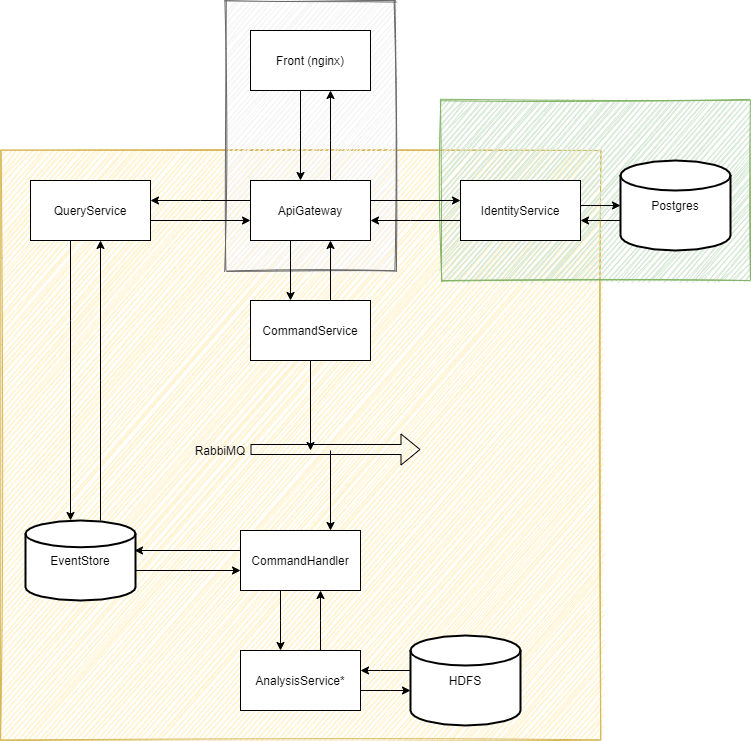
Above: docs/images/architecture-scheme.png in therrlupardo/rsww-plagiarism-detector (draw.io), before the change. Source tidied: cells renumbered, new cells last; positions are measured from the earlier drawing's top-left corner, leaving out a move shared by most shapes.
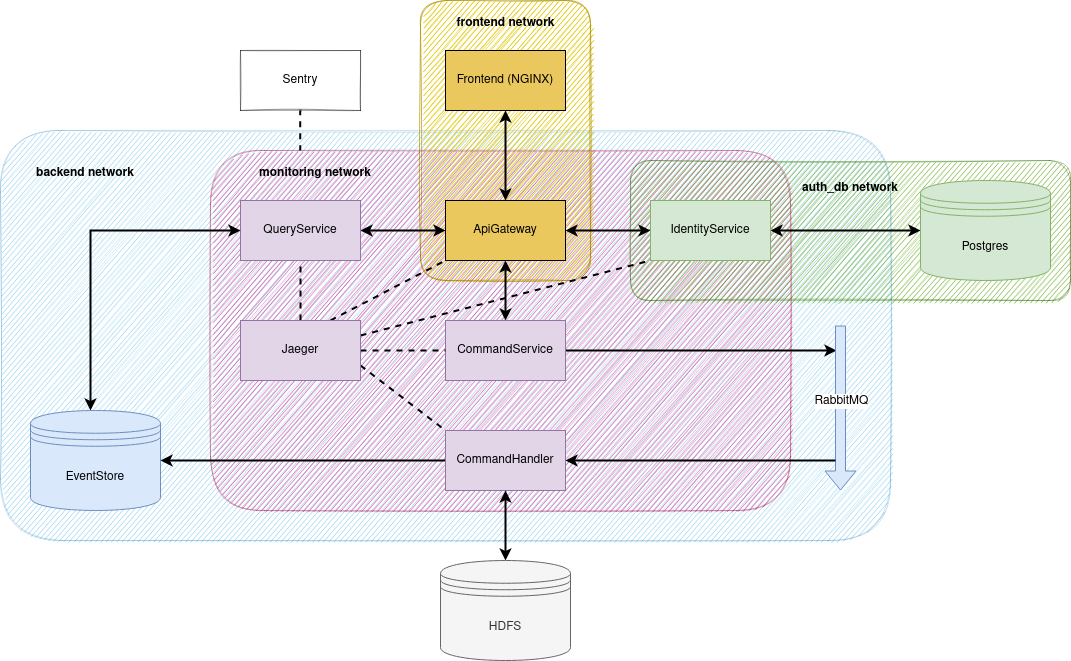
Above is the later version.

Commit message:
Updated system schema (#54)

* Updated system schema

* Added jaeger and sentry to schema

* [README_UPDATE] refactor architecture scheme

What changed in the source:
```diff
@@ -2,207 +2,167 @@
   <root>
     <mxCell id="0" />
     <mxCell id="1" parent="0" />
-    <mxCell id="2" style="rounded=0;whiteSpace=wrap;html=1;fillColor=#fff2cc;strokeColor=#d6b656;sketch=1;" parent="1" vertex="1">
-      <mxGeometry y="150" width="600" height="590" as="geometry" />
-    </mxCell>
-    <mxCell id="3" style="rounded=0;whiteSpace=wrap;html=1;fillColor=#d5e8d4;strokeColor=#82b366;shadow=0;glass=0;sketch=1;" parent="1" vertex="1">
-      <mxGeometry x="440" y="100" width="310" height="180" as="geometry" />
-    </mxCell>
-    <mxCell id="4" style="rounded=0;whiteSpace=wrap;html=1;fillColor=#f5f5f5;strokeColor=#666666;fontColor=#333333;sketch=1;" parent="1" vertex="1">
-      <mxGeometry x="225" width="170" height="270" as="geometry" />
-    </mxCell>
-    <mxCell id="5" style="edgeStyle=orthogonalEdgeStyle;rounded=0;jettySize=auto;html=1;" parent="1" edge="1" source="9" target="11">
-      <mxGeometry relative="1" as="geometry">
-        <Array as="points">
-          <mxPoint x="330" y="140" />
-          <mxPoint x="330" y="140" />
-        </Array>
-      </mxGeometry>
-    </mxCell>
-    <mxCell id="6" style="edgeStyle=orthogonalEdgeStyle;rounded=0;jettySize=auto;html=1;" parent="1" edge="1" source="9" target="14">
-      <mxGeometry relative="1" as="geometry">
-        <Array as="points">
-          <mxPoint x="200" y="200" />
-          <mxPoint x="200" y="200" />
-        </Array>
-      </mxGeometry>
-    </mxCell>
+    <mxCell id="37" style="rounded=1;whiteSpace=wrap;html=1;fillColor=#1ba1e2;strokeColor=#006EAF;opacity=20;sketch=1;shadow=0;glass=0;fontColor=#ffffff;" parent="1" vertex="1">
+      <mxGeometry x="-230" y="140" width="890" height="410" as="geometry" />
+    </mxCell>
+    <mxCell id="38" style="rounded=1;whiteSpace=wrap;html=1;fillColor=#e3c800;strokeColor=#B09500;opacity=70;sketch=1;shadow=0;glass=0;fontColor=#000000;" parent="1" vertex="1">
+      <mxGeometry x="190" y="10" width="170" height="280" as="geometry" />
+    </mxCell>
+    <mxCell id="39" style="rounded=1;whiteSpace=wrap;html=1;fillColor=#d80073;strokeColor=#A50040;opacity=30;sketch=1;shadow=0;glass=0;fontColor=#ffffff;" parent="1" vertex="1">
+      <mxGeometry x="-20" y="160" width="580" height="360" as="geometry" />
+    </mxCell>
+    <mxCell id="40" style="rounded=1;whiteSpace=wrap;html=1;fillColor=#60a917;strokeColor=#2D7600;opacity=40;sketch=1;shadow=0;glass=0;fontColor=#ffffff;" parent="1" vertex="1">
+      <mxGeometry x="400" y="170" width="440" height="140" as="geometry" />
+    </mxCell>
+    <mxCell id="41" style="edgeStyle=orthogonalEdgeStyle;rounded=0;jettySize=auto;html=1;entryX=0.5;entryY=0;entryDx=0;entryDy=0;strokeColor=#000000;strokeWidth=2;startArrow=classic;startFill=1;" parent="1" edge="1" source="42" target="9">
+      <mxGeometry relative="1" as="geometry" />
+    </mxCell>
+    <mxCell id="42" value="Frontend (NGINX)" style="rounded=0;whiteSpace=wrap;html=1;fillColor=#EBC85E;" parent="1" vertex="1">
+      <mxGeometry x="215" y="60" width="120" height="60" as="geometry" />
+    </mxCell>
-    <mxCell id="7" style="edgeStyle=orthogonalEdgeStyle;rounded=0;jettySize=auto;html=1;" parent="1" edge="1" source="9" target="29">
+    <mxCell id="7" style="edgeStyle=orthogonalEdgeStyle;rounded=0;jettySize=auto;html=1;strokeColor=#000000;strokeWidth=2;startArrow=classic;startFill=1;" parent="1" edge="1" source="9" target="29">
       <mxGeometry relative="1" as="geometry">
         <Array as="points">
-          <mxPoint x="290" y="260" />
-          <mxPoint x="290" y="260" />
+          <mxPoint x="275" y="270" />
+          <mxPoint x="275" y="270" />
         </Array>
       </mxGeometry>
     </mxCell>
-    <mxCell id="8" style="edgeStyle=orthogonalEdgeStyle;rounded=0;jettySize=auto;html=1;" parent="1" edge="1" source="9" target="34">
+    <mxCell id="8" style="edgeStyle=orthogonalEdgeStyle;rounded=0;jettySize=auto;html=1;strokeColor=#000000;strokeWidth=2;startArrow=classic;startFill=1;" parent="1" edge="1" source="9" target="34">
       <mxGeometry relative="1" as="geometry">
         <Array as="points">
-          <mxPoint x="420" y="200" />
-          <mxPoint x="420" y="200" />
+          <mxPoint x="380" y="240" />
+          <mxPoint x="380" y="240" />
         </Array>
       </mxGeometry>
     </mxCell>
-    <mxCell id="9" value="ApiGateway" style="rounded=0;whiteSpace=wrap;html=1;" parent="1" vertex="1">
-      <mxGeometry x="250" y="180" width="120" height="60" as="geometry" />
+    <mxCell id="9" value="ApiGateway" style="rounded=0;whiteSpace=wrap;html=1;fillColor=#EBC85E;" parent="1" vertex="1">
+      <mxGeometry x="215" y="210" width="120" height="60" as="geometry" />
     </mxCell>
-    <mxCell id="10" style="edgeStyle=orthogonalEdgeStyle;rounded=0;jettySize=auto;html=1;" parent="1" edge="1" source="11" target="9">
-      <mxGeometry relative="1" as="geometry">
-        <Array as="points">
-          <mxPoint x="300" y="130" />
-          <mxPoint x="300" y="130" />
-        </Array>
-      </mxGeometry>
-    </mxCell>
-    <mxCell id="11" value="Front (nginx)" style="rounded=0;whiteSpace=wrap;html=1;" parent="1" vertex="1">
-      <mxGeometry x="250" y="30" width="120" height="60" as="geometry" />
-    </mxCell>
+    <mxCell id="33" style="edgeStyle=orthogonalEdgeStyle;rounded=0;jettySize=auto;html=1;strokeColor=#000000;strokeWidth=2;startArrow=classic;startFill=1;" parent="1" edge="1" source="34" target="36">
+      <mxGeometry relative="1" as="geometry">
+        <Array as="points">
+          <mxPoint x="600" y="240" />
+          <mxPoint x="600" y="240" />
+        </Array>
+      </mxGeometry>
+    </mxCell>
+    <mxCell id="34" value="IdentityService" style="rounded=0;whiteSpace=wrap;html=1;fillColor=#d5e8d4;strokeColor=#82b366;" parent="1" vertex="1">
+      <mxGeometry x="420" y="210" width="120" height="60" as="geometry" />
+    </mxCell>
-    <mxCell id="12" style="edgeStyle=orthogonalEdgeStyle;rounded=0;jettySize=auto;html=1;" parent="1" edge="1" source="14" target="9">
+    <mxCell id="12" style="edgeStyle=orthogonalEdgeStyle;rounded=0;jettySize=auto;html=1;strokeColor=#000000;strokeWidth=2;startArrow=classic;startFill=1;" parent="1" edge="1" source="14" target="9">
       <mxGeometry relative="1" as="geometry">
         <Array as="points">
-          <mxPoint x="200" y="220" />
-          <mxPoint x="200" y="220" />
+          <mxPoint x="180" y="240" />
+          <mxPoint x="180" y="240" />
         </Array>
       </mxGeometry>
     </mxCell>
-    <mxCell id="13" style="edgeStyle=orthogonalEdgeStyle;rounded=0;jettySize=auto;html=1;" parent="1" edge="1" source="14" target="26">
-      <mxGeometry relative="1" as="geometry">
-        <Array as="points">
-          <mxPoint x="70" y="320" />
-          <mxPoint x="70" y="320" />
-        </Array>
-      </mxGeometry>
-    </mxCell>
-    <mxCell id="14" value="QueryService" style="rounded=0;whiteSpace=wrap;html=1;" parent="1" vertex="1">
-      <mxGeometry x="30" y="180" width="120" height="60" as="geometry" />
+    <mxCell id="14" value="QueryService" style="rounded=0;whiteSpace=wrap;html=1;fillColor=#e1d5e7;strokeColor=#9673a6;" parent="1" vertex="1">
+      <mxGeometry x="10" y="210" width="120" height="60" as="geometry" />
     </mxCell>
-    <mxCell id="15" style="edgeStyle=orthogonalEdgeStyle;rounded=0;jettySize=auto;html=1;entryX=0.991;entryY=0.375;entryDx=0;entryDy=0;entryPerimeter=0;" parent="1" edge="1" source="17" target="26">
+    <mxCell id="15" style="edgeStyle=orthogonalEdgeStyle;rounded=0;jettySize=auto;html=1;strokeColor=#000000;strokeWidth=2;" parent="1" edge="1" source="17" target="26">
       <mxGeometry relative="1" as="geometry">
         <Array as="points">
-          <mxPoint x="210" y="550" />
-          <mxPoint x="210" y="550" />
+          <mxPoint x="140" y="470" />
+          <mxPoint x="140" y="470" />
         </Array>
       </mxGeometry>
     </mxCell>
-    <mxCell id="16" style="edgeStyle=orthogonalEdgeStyle;rounded=0;jettySize=auto;html=1;" parent="1" edge="1" source="17" target="23">
-      <mxGeometry relative="1" as="geometry">
-        <Array as="points">
-          <mxPoint x="280" y="620" />
-          <mxPoint x="280" y="620" />
-        </Array>
-      </mxGeometry>
-    </mxCell>
-    <mxCell id="17" value="CommandHandler" style="rounded=0;whiteSpace=wrap;html=1;" parent="1" vertex="1">
-      <mxGeometry x="240" y="530" width="120" height="60" as="geometry" />
+    <mxCell id="17" value="CommandHandler" style="rounded=0;whiteSpace=wrap;html=1;fillColor=#e1d5e7;strokeColor=#9673a6;" parent="1" vertex="1">
+      <mxGeometry x="215" y="440" width="120" height="60" as="geometry" />
     </mxCell>
-    <mxCell id="18" style="shape=flexArrow;endArrow=classic;html=1;" parent="1" edge="1">
-      <mxGeometry relative="1" as="geometry">
-        <mxPoint x="250" y="449" as="sourcePoint" />
-        <mxPoint x="420" y="449" as="targetPoint" />
-      </mxGeometry>
-    </mxCell>
-    <mxCell id="19" value="RabbiMQ" style="text;html=1;strokeColor=none;fillColor=none;align=center;verticalAlign=middle;whiteSpace=wrap;rounded=0;" parent="1" vertex="1">
-      <mxGeometry x="200" y="440" width="40" height="20" as="geometry" />
-    </mxCell>
-    <mxCell id="20" style="endArrow=classic;html=1;entryX=0.75;entryY=0;entryDx=0;entryDy=0;" parent="1" edge="1" target="17">
-      <mxGeometry relative="1" as="geometry">
-        <mxPoint x="330" y="450" as="sourcePoint" />
-      </mxGeometry>
-    </mxCell>
-    <mxCell id="21" style="edgeStyle=orthogonalEdgeStyle;rounded=0;jettySize=auto;html=1;" parent="1" edge="1" source="23" target="17">
-      <mxGeometry relative="1" as="geometry">
-        <Array as="points">
-          <mxPoint x="320" y="620" />
-          <mxPoint x="320" y="620" />
-        </Array>
-      </mxGeometry>
-    </mxCell>
-    <mxCell id="22" style="edgeStyle=orthogonalEdgeStyle;rounded=0;jettySize=auto;html=1;" parent="1" edge="1" source="23" target="31">
-      <mxGeometry relative="1" as="geometry">
-        <Array as="points">
-          <mxPoint x="390" y="690" />
-          <mxPoint x="390" y="690" />
-        </Array>
-      </mxGeometry>
-    </mxCell>
-    <mxCell id="23" value="AnalysisService*" style="rounded=0;whiteSpace=wrap;html=1;" parent="1" vertex="1">
-      <mxGeometry x="240" y="650" width="120" height="60" as="geometry" />
-    </mxCell>
-    <mxCell id="24" style="edgeStyle=orthogonalEdgeStyle;rounded=0;jettySize=auto;html=1;" parent="1" edge="1" source="26" target="17">
-      <mxGeometry relative="1" as="geometry">
-        <Array as="points">
-          <mxPoint x="190" y="570" />
-          <mxPoint x="190" y="570" />
-        </Array>
-      </mxGeometry>
-    </mxCell>
+    <mxCell id="43" style="edgeStyle=orthogonalEdgeStyle;rounded=0;orthogonalLoop=1;jettySize=auto;html=1;strokeColor=#000000;strokeWidth=2;" parent="1" edge="1">
+      <mxGeometry relative="1" as="geometry">
+        <mxPoint x="331" y="360" as="sourcePoint" />
+        <mxPoint x="606" y="360" as="targetPoint" />
+      </mxGeometry>
+    </mxCell>
+    <mxCell id="29" value="CommandService" style="rounded=0;whiteSpace=wrap;html=1;fillColor=#e1d5e7;strokeColor=#9673a6;" parent="1" vertex="1">
+      <mxGeometry x="215" y="330" width="120" height="60" as="geometry" />
+    </mxCell>
-    <mxCell id="25" style="edgeStyle=orthogonalEdgeStyle;rounded=0;jettySize=auto;html=1;" parent="1" edge="1" source="26" target="14">
+    <mxCell id="25" style="edgeStyle=orthogonalEdgeStyle;rounded=0;jettySize=auto;html=1;strokeColor=#000000;strokeWidth=2;startArrow=classic;startFill=1;entryX=0;entryY=0.5;entryDx=0;entryDy=0;" parent="1" edge="1" source="26" target="14">
       <mxGeometry relative="1" as="geometry">
         <Array as="points">
-          <mxPoint x="100" y="380" />
-          <mxPoint x="100" y="380" />
+          <mxPoint x="-140" y="240" />
         </Array>
       </mxGeometry>
     </mxCell>
-    <mxCell id="26" value="EventStore" style="strokeWidth=2;html=1;shape=mxgraph.flowchart.database;whiteSpace=wrap;" parent="1" vertex="1">
-      <mxGeometry x="25" y="520" width="110" height="80" as="geometry" />
+    <mxCell id="26" value="EventStore" style="shape=datastore;whiteSpace=wrap;html=1;fillColor=#dae8fc;strokeColor=#6c8ebf;" parent="1" vertex="1">
+      <mxGeometry x="-200" y="420" width="130" height="100" as="geometry" />
     </mxCell>
-    <mxCell id="27" style="edgeStyle=orthogonalEdgeStyle;rounded=0;jettySize=auto;html=1;" parent="1" edge="1" source="29" target="9">
-      <mxGeometry relative="1" as="geometry">
-        <Array as="points">
-          <mxPoint x="330" y="270" />
-          <mxPoint x="330" y="270" />
-        </Array>
-      </mxGeometry>
-    </mxCell>
-    <mxCell id="28" style="edgeStyle=orthogonalEdgeStyle;rounded=0;jettySize=auto;html=1;" parent="1" edge="1" source="29">
-      <mxGeometry relative="1" as="geometry">
-        <mxPoint x="310" y="450" as="targetPoint" />
-      </mxGeometry>
-    </mxCell>
-    <mxCell id="29" value="CommandService" style="rounded=0;whiteSpace=wrap;html=1;" parent="1" vertex="1">
-      <mxGeometry x="250" y="300" width="120" height="60" as="geometry" />
-    </mxCell>
-    <mxCell id="30" style="edgeStyle=orthogonalEdgeStyle;rounded=0;jettySize=auto;html=1;" parent="1" edge="1" source="31" target="23">
-      <mxGeometry relative="1" as="geometry">
-        <Array as="points">
-          <mxPoint x="380" y="670" />
-          <mxPoint x="380" y="670" />
-        </Array>
-      </mxGeometry>
-    </mxCell>
+    <mxCell id="44" style="edgeStyle=orthogonalEdgeStyle;rounded=0;jettySize=auto;html=1;strokeColor=#000000;strokeWidth=2;startArrow=classic;startFill=1;" parent="1" edge="1" source="31" target="17">
+      <mxGeometry relative="1" as="geometry">
+        <Array as="points">
+          <mxPoint x="275" y="560" />
+          <mxPoint x="275" y="560" />
+        </Array>
+      </mxGeometry>
+    </mxCell>
-    <mxCell id="31" value="HDFS" style="strokeWidth=2;html=1;shape=mxgraph.flowchart.database;whiteSpace=wrap;" parent="1" vertex="1">
-      <mxGeometry x="410" y="635" width="110" height="90" as="geometry" />
+    <mxCell id="31" value="HDFS" style="shape=datastore;whiteSpace=wrap;html=1;fillColor=#f5f5f5;strokeColor=#666666;fontColor=#333333;" parent="1" vertex="1">
+      <mxGeometry x="210" y="570" width="130" height="100" as="geometry" />
     </mxCell>
-    <mxCell id="32" style="edgeStyle=orthogonalEdgeStyle;rounded=0;jettySize=auto;html=1;" parent="1" edge="1" source="34" target="9">
-      <mxGeometry relative="1" as="geometry">
-        <Array as="points">
-          <mxPoint x="410" y="220" />
-          <mxPoint x="410" y="220" />
-        </Array>
-      </mxGeometry>
-    </mxCell>
-    <mxCell id="33" style="edgeStyle=orthogonalEdgeStyle;rounded=0;jettySize=auto;html=1;" parent="1" edge="1" source="34" target="36">
-      <mxGeometry relative="1" as="geometry">
-        <Array as="points">
-          <mxPoint x="590" y="205" />
-          <mxPoint x="590" y="205" />
-        </Array>
-      </mxGeometry>
-    </mxCell>
-    <mxCell id="34" value="IdentityService" style="rounded=0;whiteSpace=wrap;html=1;" parent="1" vertex="1">
-      <mxGeometry x="460" y="180" width="120" height="60" as="geometry" />
-    </mxCell>
-    <mxCell id="35" style="edgeStyle=orthogonalEdgeStyle;rounded=0;jettySize=auto;html=1;" parent="1" edge="1" source="36" target="34">
-      <mxGeometry relative="1" as="geometry">
-        <Array as="points">
-          <mxPoint x="600" y="220" />
-          <mxPoint x="600" y="220" />
-        </Array>
-      </mxGeometry>
-    </mxCell>
-    <mxCell id="36" value="Postgres" style="strokeWidth=2;html=1;shape=mxgraph.flowchart.database;whiteSpace=wrap;" parent="1" vertex="1">
-      <mxGeometry x="620" y="160" width="110" height="90" as="geometry" />
+    <mxCell id="36" value="Postgres" style="shape=datastore;whiteSpace=wrap;html=1;fillColor=#d5e8d4;strokeColor=#82b366;" parent="1" vertex="1">
+      <mxGeometry x="690" y="190" width="130" height="100" as="geometry" />
     </mxCell>
+    <mxCell id="45" style="shape=flexArrow;endArrow=none;html=1;startArrow=block;endFill=0;fillColor=#dae8fc;strokeColor=#6c8ebf;" parent="1" edge="1">
+      <mxGeometry relative="1" as="geometry">
+        <mxPoint x="610" y="500" as="sourcePoint" />
+        <mxPoint x="610" y="335" as="targetPoint" />
+      </mxGeometry>
+    </mxCell>
+    <mxCell id="46" value="RabbitMQ" style="edgeLabel;html=1;align=center;verticalAlign=middle;fontSize=12;labelBackgroundColor=#ffffff;" parent="45" vertex="1">
+      <mxGeometry x="0.19" y="-1" relative="1" as="geometry">
+        <mxPoint x="-1" y="8" as="offset" />
+      </mxGeometry>
+    </mxCell>
+    <mxCell id="47" style="endArrow=classic;html=1;strokeColor=#000000;strokeWidth=2;startSize=7;" parent="1" edge="1">
+      <mxGeometry relative="1" as="geometry">
+        <mxPoint x="605" y="470" as="sourcePoint" />
+        <mxPoint x="335" y="470" as="targetPoint" />
+      </mxGeometry>
+    </mxCell>
+    <mxCell id="48" style="edgeStyle=orthogonalEdgeStyle;rounded=0;jettySize=auto;html=1;entryX=0.5;entryY=1;entryDx=0;entryDy=0;dashed=1;startArrow=none;startFill=0;endArrow=none;endFill=0;strokeColor=#000000;strokeWidth=2;" parent="1" edge="1" source="53" target="14">
+      <mxGeometry relative="1" as="geometry" />
+    </mxCell>
+    <mxCell id="49" style="edgeStyle=orthogonalEdgeStyle;rounded=0;jettySize=auto;html=1;dashed=1;startArrow=none;startFill=0;endArrow=none;endFill=0;strokeColor=#000000;strokeWidth=2;" parent="1" edge="1" source="53" target="29">
+      <mxGeometry relative="1" as="geometry" />
+    </mxCell>
+    <mxCell id="50" style="rounded=0;jettySize=auto;html=1;entryX=0;entryY=1;entryDx=0;entryDy=0;dashed=1;startArrow=none;startFill=0;endArrow=none;endFill=0;strokeColor=#000000;strokeWidth=2;exitX=0.75;exitY=0;exitDx=0;exitDy=0;" parent="1" edge="1" source="53" target="9">
+      <mxGeometry relative="1" as="geometry" />
+    </mxCell>
+    <mxCell id="51" style="edgeStyle=none;rounded=0;jettySize=auto;html=1;dashed=1;startArrow=none;startFill=0;endArrow=none;endFill=0;strokeColor=#000000;strokeWidth=2;exitX=1;exitY=0.25;exitDx=0;exitDy=0;entryX=0;entryY=1;entryDx=0;entryDy=0;" parent="1" edge="1" source="53" target="34">
+      <mxGeometry relative="1" as="geometry" />
+    </mxCell>
+    <mxCell id="52" style="edgeStyle=none;rounded=0;jettySize=auto;html=1;dashed=1;startArrow=none;startFill=0;endArrow=none;endFill=0;strokeColor=#000000;strokeWidth=2;entryX=0;entryY=0;entryDx=0;entryDy=0;exitX=1;exitY=0.75;exitDx=0;exitDy=0;" parent="1" edge="1" source="53" target="17">
+      <mxGeometry relative="1" as="geometry" />
+    </mxCell>
+    <mxCell id="53" value="Jaeger" style="rounded=0;whiteSpace=wrap;html=1;shadow=0;glass=0;sketch=0;fillColor=#e1d5e7;strokeColor=#9673a6;" parent="1" vertex="1">
+      <mxGeometry x="10" y="330" width="120" height="60" as="geometry" />
+    </mxCell>
+    <mxCell id="54" style="edgeStyle=orthogonalEdgeStyle;rounded=0;orthogonalLoop=1;jettySize=auto;html=1;dashed=1;startArrow=none;endArrow=none;endFill=0;strokeColor=#000000;strokeWidth=2;startFill=0;entryX=0.153;entryY=0;entryDx=0;entryDy=0;entryPerimeter=0;" parent="1" edge="1">
+      <mxGeometry relative="1" as="geometry">
+        <mxPoint x="71" y="120" as="sourcePoint" />
+        <mxPoint x="69.7" y="160" as="targetPoint" />
+        <Array as="points">
+          <mxPoint x="70" y="120" />
+        </Array>
+      </mxGeometry>
+    </mxCell>
+    <mxCell id="55" value="Sentry" style="rounded=0;whiteSpace=wrap;html=1;shadow=0;glass=0;sketch=1;opacity=40;" parent="1" vertex="1">
+      <mxGeometry x="10" y="60" width="120" height="60" as="geometry" />
+    </mxCell>
+    <mxCell id="56" value="&lt;p style=&quot;line-height: 110%&quot;&gt;&lt;font style=&quot;font-size: 12px&quot;&gt;&lt;b&gt;backend network&lt;/b&gt;&lt;br&gt;&lt;/font&gt;&lt;/p&gt;" style="text;html=1;strokeColor=none;fillColor=none;align=center;verticalAlign=middle;whiteSpace=wrap;rounded=0;shadow=0;glass=0;sketch=1;" parent="1" vertex="1">
+      <mxGeometry x="-210" y="170" width="130" height="25" as="geometry" />
+    </mxCell>
+    <mxCell id="57" value="&lt;b&gt;monitoring network&lt;/b&gt;" style="text;html=1;strokeColor=none;fillColor=none;align=center;verticalAlign=middle;whiteSpace=wrap;rounded=0;shadow=0;glass=0;sketch=1;" parent="1" vertex="1">
+      <mxGeometry x="20" y="170" width="130" height="25" as="geometry" />
+    </mxCell>
+    <mxCell id="58" value="&lt;b&gt;frontend network&lt;/b&gt;" style="text;html=1;strokeColor=none;fillColor=none;align=center;verticalAlign=middle;whiteSpace=wrap;rounded=0;shadow=0;glass=0;sketch=1;" parent="1" vertex="1">
+      <mxGeometry x="223.8" y="20" width="102.5" height="25" as="geometry" />
+    </mxCell>
+    <mxCell id="59" value="&lt;b&gt;auth_db network&lt;/b&gt;" style="text;html=1;strokeColor=none;fillColor=none;align=center;verticalAlign=middle;whiteSpace=wrap;rounded=0;shadow=0;glass=0;sketch=1;" parent="1" vertex="1">
+      <mxGeometry x="570" y="185" width="100" height="25" as="geometry" />
+    </mxCell>
   </root>
 </mxGraphModel>
```
